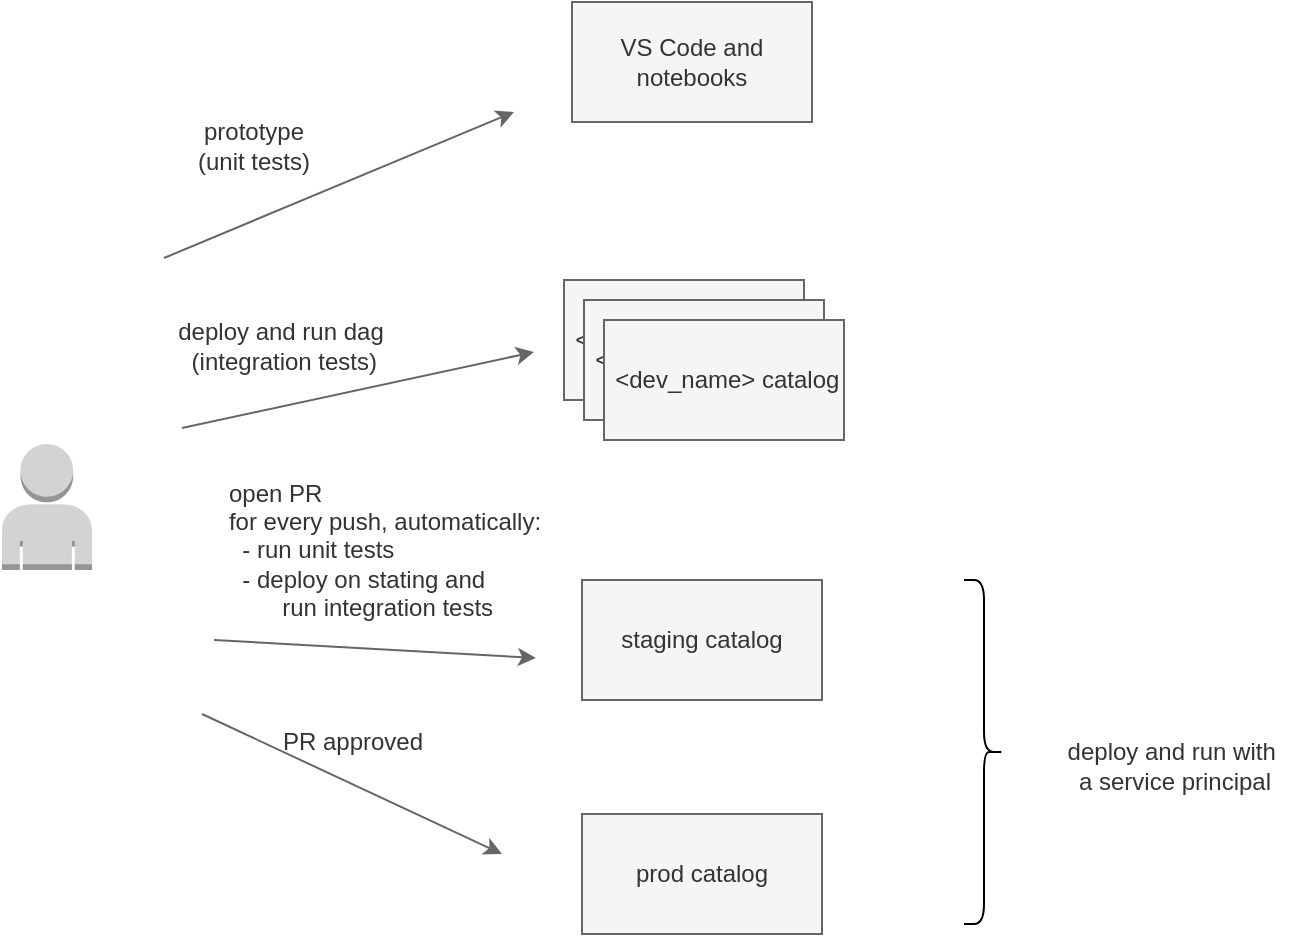
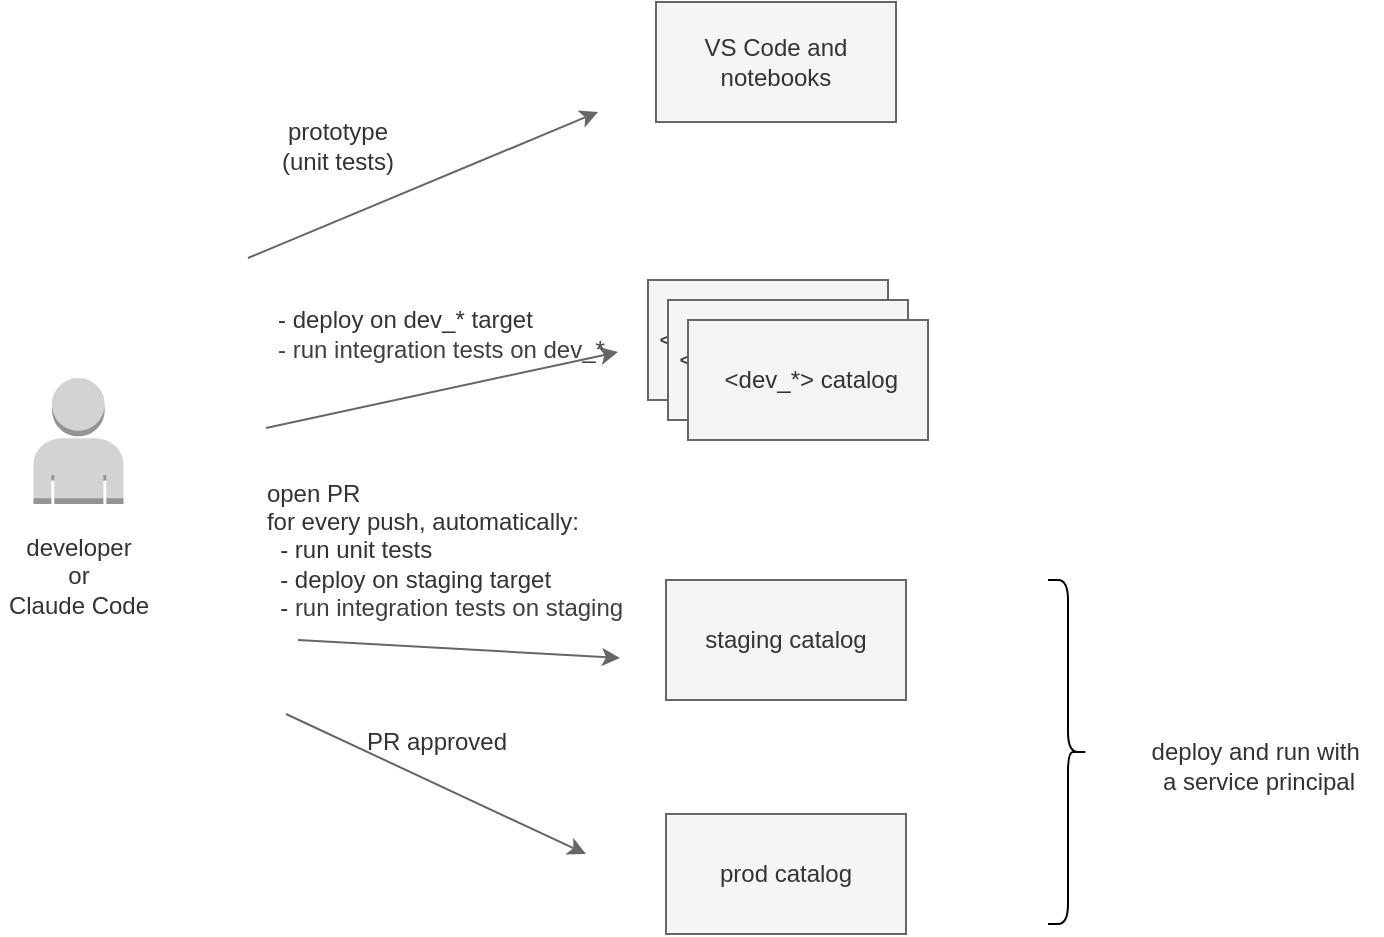
<mxfile host="65bd71144e" scale="1" border="20">
    <diagram id="mtFdcSvoKdh9C-5KIGSu" name="Page-1">
-         <mxGraphModel dx="1237" dy="432" grid="0" gridSize="10" guides="1" tooltips="1" connect="1" arrows="1" fold="1" page="1" pageScale="1" pageWidth="1200" pageHeight="1100" background="#ffffff" math="0" shadow="0">
+         <mxGraphModel dx="1258" dy="664" grid="0" gridSize="10" guides="1" tooltips="1" connect="1" arrows="1" fold="1" page="1" pageScale="1" pageWidth="1200" pageHeight="1100" background="#ffffff" math="0" shadow="0">
            <root>
                <mxCell id="0"/>
                <mxCell id="1" parent="0"/>
                <mxCell id="2" value="VS Code and notebooks" style="rounded=0;whiteSpace=wrap;html=1;fillColor=#f5f5f5;fontColor=#333333;strokeColor=#666666;" parent="1" vertex="1">
                    <mxGeometry x="402" y="134" width="120" height="60" as="geometry"/>
                </mxCell>
                <mxCell id="3" value="prototype&lt;div&gt;(unit tests)&lt;/div&gt;" style="text;html=1;strokeColor=none;fillColor=none;align=center;verticalAlign=middle;whiteSpace=wrap;rounded=0;fontColor=#333333;" parent="1" vertex="1">
                    <mxGeometry x="213" y="191" width="60" height="30" as="geometry"/>
                </mxCell>
                <mxCell id="5" value="&lt;font style=&quot;font-size: 12px;&quot;&gt;&amp;nbsp;&amp;lt;dev_name&amp;gt; catalog&lt;/font&gt;" style="rounded=0;whiteSpace=wrap;html=1;fillColor=#f5f5f5;fontColor=#333333;strokeColor=#666666;" parent="1" vertex="1">
                    <mxGeometry x="398" y="273" width="120" height="60" as="geometry"/>
                </mxCell>
                <mxCell id="6" value="staging catalog" style="rounded=0;whiteSpace=wrap;html=1;fillColor=#f5f5f5;fontColor=#333333;strokeColor=#666666;" parent="1" vertex="1">
                    <mxGeometry x="407" y="423" width="120" height="60" as="geometry"/>
                </mxCell>
                <mxCell id="8" value="prod catalog" style="rounded=0;whiteSpace=wrap;html=1;fillColor=#f5f5f5;fontColor=#333333;strokeColor=#666666;" parent="1" vertex="1">
                    <mxGeometry x="407" y="540" width="120" height="60" as="geometry"/>
                </mxCell>
                <mxCell id="9" value="" style="endArrow=classic;html=1;fillColor=#f5f5f5;strokeColor=#666666;" parent="1" edge="1">
                    <mxGeometry width="50" height="50" relative="1" as="geometry">
                        <mxPoint x="223" y="453" as="sourcePoint"/>
                        <mxPoint x="384" y="462" as="targetPoint"/>
                    </mxGeometry>
                </mxCell>
                <mxCell id="10" value="" style="endArrow=classic;html=1;fillColor=#f5f5f5;strokeColor=#666666;" parent="1" edge="1">
                    <mxGeometry width="50" height="50" relative="1" as="geometry">
                        <mxPoint x="207" y="347" as="sourcePoint"/>
                        <mxPoint x="383" y="309" as="targetPoint"/>
                    </mxGeometry>
                </mxCell>
                <mxCell id="11" value="" style="endArrow=classic;html=1;fillColor=#f5f5f5;strokeColor=#666666;" parent="1" edge="1">
                    <mxGeometry width="50" height="50" relative="1" as="geometry">
                        <mxPoint x="198" y="262" as="sourcePoint"/>
                        <mxPoint x="373" y="189" as="targetPoint"/>
                    </mxGeometry>
                </mxCell>
-                 <mxCell id="12" value="deploy and run dag&lt;div&gt;&lt;span style=&quot;background-color: transparent;&quot;&gt;&amp;nbsp;(integration tests)&lt;/span&gt;&lt;/div&gt;" style="text;html=1;align=center;verticalAlign=middle;resizable=0;points=[];autosize=1;strokeColor=none;fillColor=none;fontColor=#333333;" parent="1" vertex="1">
-                     <mxGeometry x="195" y="285" width="121" height="41" as="geometry"/>
+                 <mxCell id="12" value="- deploy on dev_* target&lt;div&gt;&lt;span style=&quot;color: rgb(63, 63, 63); background-color: transparent;&quot;&gt;- run&lt;/span&gt;&lt;span style=&quot;background-color: transparent; color: rgb(63, 63, 63);&quot;&gt;&amp;nbsp;integration tests on dev_*&lt;/span&gt;&lt;/div&gt;" style="text;html=1;align=left;verticalAlign=middle;resizable=0;points=[];autosize=1;strokeColor=none;fillColor=none;fontColor=#333333;" parent="1" vertex="1">
+                     <mxGeometry x="211" y="279" width="181" height="41" as="geometry"/>
                </mxCell>
-                 <mxCell id="13" value="&lt;div style=&quot;text-align: left;&quot;&gt;&lt;span style=&quot;background-color: initial;&quot;&gt;open PR&lt;/span&gt;&lt;/div&gt;&lt;div style=&quot;text-align: left;&quot;&gt;&lt;span style=&quot;background-color: initial;&quot;&gt;for every push, automatically:&lt;/span&gt;&lt;/div&gt;&lt;div style=&quot;text-align: left;&quot;&gt;&lt;span style=&quot;background-color: initial;&quot;&gt;&amp;nbsp; - run unit tests&lt;/span&gt;&lt;/div&gt;&lt;div style=&quot;text-align: left;&quot;&gt;&lt;span style=&quot;background-color: initial;&quot;&gt;&amp;nbsp; - deploy on stating and&amp;nbsp;&lt;/span&gt;&lt;/div&gt;&lt;div style=&quot;text-align: left;&quot;&gt;&lt;span style=&quot;background-color: initial;&quot;&gt;&lt;span style=&quot;white-space: pre;&quot;&gt;&#x9;&lt;/span&gt;run&amp;nbsp;&lt;/span&gt;&lt;span style=&quot;background-color: initial;&quot;&gt;integration tests&lt;/span&gt;&lt;/div&gt;" style="text;html=1;align=center;verticalAlign=middle;resizable=0;points=[];autosize=1;strokeColor=none;fillColor=none;fontColor=#333333;" parent="1" vertex="1">
-                     <mxGeometry x="221" y="366" width="174" height="84" as="geometry"/>
+                 <mxCell id="13" value="&lt;div style=&quot;text-align: left;&quot;&gt;&lt;span style=&quot;background-color: initial;&quot;&gt;open PR&lt;/span&gt;&lt;/div&gt;&lt;div style=&quot;text-align: left;&quot;&gt;&lt;span style=&quot;background-color: initial;&quot;&gt;for every push, automatically:&lt;/span&gt;&lt;/div&gt;&lt;div style=&quot;text-align: left;&quot;&gt;&lt;span style=&quot;background-color: initial;&quot;&gt;&amp;nbsp; - run unit tests&lt;/span&gt;&lt;/div&gt;&lt;div style=&quot;text-align: left;&quot;&gt;&lt;span style=&quot;background-color: initial;&quot;&gt;&amp;nbsp; - deploy on staging target&lt;/span&gt;&lt;/div&gt;&lt;div style=&quot;text-align: left;&quot;&gt;&amp;nbsp; -&amp;nbsp;&lt;span style=&quot;color: rgb(63, 63, 63); background-color: initial;&quot;&gt;run&amp;nbsp;&lt;/span&gt;&lt;span style=&quot;color: rgb(63, 63, 63); background-color: initial;&quot;&gt;integration tests on staging&lt;/span&gt;&lt;/div&gt;" style="text;html=1;align=center;verticalAlign=middle;resizable=0;points=[];autosize=1;strokeColor=none;fillColor=none;fontColor=#333333;" parent="1" vertex="1">
+                     <mxGeometry x="198" y="366" width="196" height="84" as="geometry"/>
                </mxCell>
                <mxCell id="14" value="&lt;div style=&quot;text-align: left;&quot;&gt;PR approved&lt;/div&gt;" style="text;html=1;align=center;verticalAlign=middle;resizable=0;points=[];autosize=1;strokeColor=none;fillColor=none;fontColor=#333333;" parent="1" vertex="1">
                    <mxGeometry x="247" y="489" width="90" height="30" as="geometry"/>
                </mxCell>
                <mxCell id="15" value="" style="endArrow=classic;html=1;fillColor=#f5f5f5;strokeColor=#666666;" parent="1" edge="1">
                    <mxGeometry width="50" height="50" relative="1" as="geometry">
                        <mxPoint x="217" y="490" as="sourcePoint"/>
                        <mxPoint x="367" y="560" as="targetPoint"/>
                    </mxGeometry>
                </mxCell>
                <mxCell id="18" value="" style="outlineConnect=0;dashed=0;verticalLabelPosition=bottom;verticalAlign=top;align=center;html=1;shape=mxgraph.aws3.user;fillColor=#D2D3D3;gradientColor=none;" parent="1" vertex="1">
-                     <mxGeometry x="117" y="355" width="45" height="63" as="geometry"/>
+                     <mxGeometry x="90.75" y="322" width="45" height="63" as="geometry"/>
                </mxCell>
                <mxCell id="25" value="&lt;font style=&quot;font-size: 12px;&quot;&gt;&amp;nbsp;&amp;lt;dev_name&amp;gt; catalog&lt;/font&gt;" style="rounded=0;whiteSpace=wrap;html=1;fillColor=#f5f5f5;fontColor=#333333;strokeColor=#666666;" parent="1" vertex="1">
                    <mxGeometry x="408" y="283" width="120" height="60" as="geometry"/>
                </mxCell>
-                 <mxCell id="26" value="&lt;font style=&quot;font-size: 12px;&quot;&gt;&amp;nbsp;&amp;lt;dev_name&amp;gt; catalog&lt;/font&gt;" style="rounded=0;whiteSpace=wrap;html=1;fillColor=#f5f5f5;fontColor=#333333;strokeColor=#666666;" parent="1" vertex="1">
+                 <mxCell id="26" value="&lt;font style=&quot;font-size: 12px;&quot;&gt;&amp;nbsp;&amp;lt;dev_*&amp;gt; catalog&lt;/font&gt;" style="rounded=0;whiteSpace=wrap;html=1;fillColor=#f5f5f5;fontColor=#333333;strokeColor=#666666;" parent="1" vertex="1">
                    <mxGeometry x="418" y="293" width="120" height="60" as="geometry"/>
                </mxCell>
-                 <mxCell id="27" value="" style="shape=curlyBracket;whiteSpace=wrap;html=1;rounded=1;flipH=1;labelPosition=right;verticalLabelPosition=middle;align=left;verticalAlign=middle;" vertex="1" parent="1">
+                 <mxCell id="27" value="" style="shape=curlyBracket;whiteSpace=wrap;html=1;rounded=1;flipH=1;labelPosition=right;verticalLabelPosition=middle;align=left;verticalAlign=middle;" parent="1" vertex="1">
                    <mxGeometry x="598" y="423" width="20" height="172" as="geometry"/>
                </mxCell>
-                 <mxCell id="28" value="deploy and run with&amp;nbsp;&lt;div&gt;a service principal&lt;br&gt;&lt;/div&gt;" style="text;html=1;align=center;verticalAlign=middle;resizable=0;points=[];autosize=1;strokeColor=none;fillColor=none;fontColor=#333333;" vertex="1" parent="1">
+                 <mxCell id="28" value="deploy and run with&amp;nbsp;&lt;div&gt;a service principal&lt;br&gt;&lt;/div&gt;" style="text;html=1;align=center;verticalAlign=middle;resizable=0;points=[];autosize=1;strokeColor=none;fillColor=none;fontColor=#333333;" parent="1" vertex="1">
                    <mxGeometry x="640" y="495" width="125" height="41" as="geometry"/>
+                 </mxCell>
+                 <mxCell id="29" value="developer&lt;div&gt;&amp;nbsp;or&amp;nbsp;&lt;/div&gt;&lt;div&gt;Claude Code&lt;/div&gt;" style="text;html=1;strokeColor=none;fillColor=none;align=center;verticalAlign=middle;whiteSpace=wrap;rounded=0;fontColor=#333333;" vertex="1" parent="1">
+                     <mxGeometry x="74" y="406" width="78.5" height="30" as="geometry"/>
                </mxCell>
            </root>
        </mxGraphModel>
    </diagram>
</mxfile>